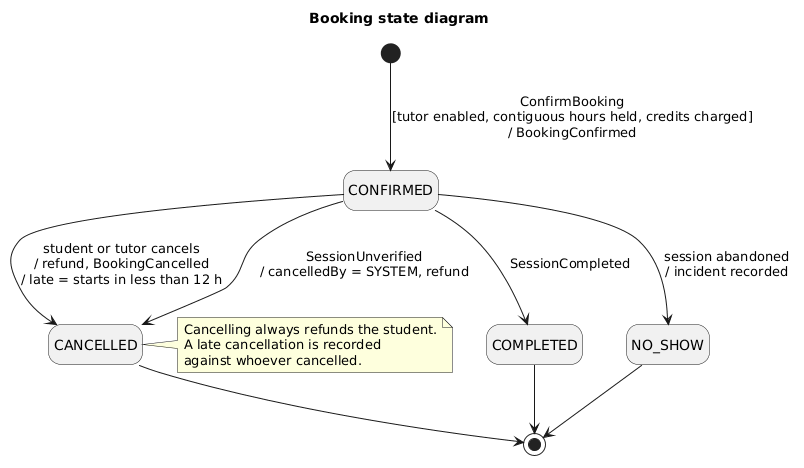
The PlantUML diagram docs/architecture/uml/out/state-booking.png in ayni-team/ayni, before a commit. Its diagram source:
```plantuml
@startuml state-booking
title Booking state diagram
hide empty description

[*] --> CONFIRMED : ConfirmBooking\n[tutor enabled, contiguous hours held, credits charged]\n/ BookingConfirmed

CONFIRMED --> CANCELLED : student or tutor cancels\n/ refund, BookingCancelled\n/ late = starts in less than 12 h
CONFIRMED --> CANCELLED : SessionUnverified\n/ cancelledBy = SYSTEM, refund
CONFIRMED --> COMPLETED : SessionCompleted
CONFIRMED --> NO_SHOW : session abandoned\n/ incident recorded

CANCELLED --> [*]
COMPLETED --> [*]
NO_SHOW --> [*]

note right of CANCELLED
  Cancelling always refunds the student.
  A late cancellation is recorded
  against whoever cancelled.
end note
@enduml
```
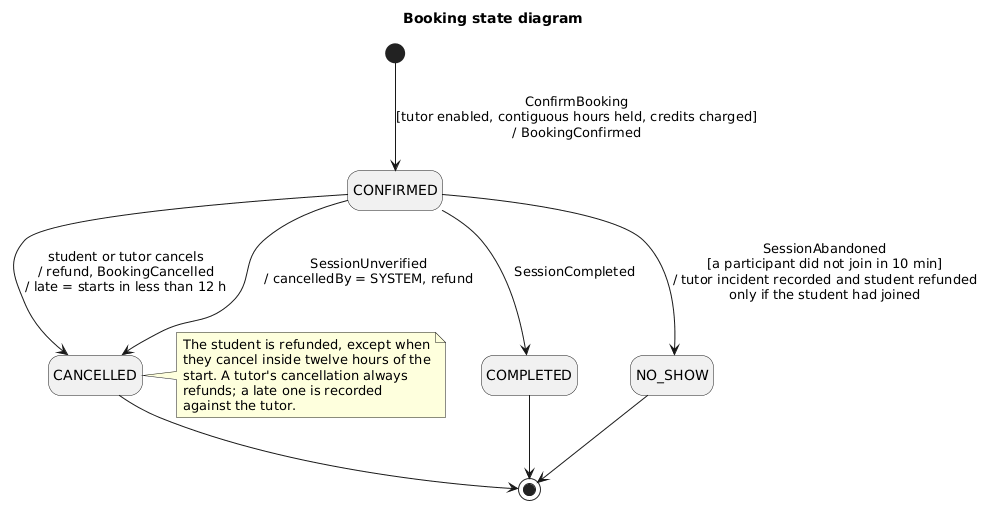
The same file after the commit.

Commit message:
docs(sessions): document the mutual check-in and the absent student

The edit, as a diff of the source:
```diff
@@ -7,15 +7,17 @@
 CONFIRMED --> CANCELLED : student or tutor cancels\n/ refund, BookingCancelled\n/ late = starts in less than 12 h
 CONFIRMED --> CANCELLED : SessionUnverified\n/ cancelledBy = SYSTEM, refund
 CONFIRMED --> COMPLETED : SessionCompleted
-CONFIRMED --> NO_SHOW : session abandoned\n/ incident recorded
+CONFIRMED --> NO_SHOW : SessionAbandoned\n[a participant did not join in 10 min]\n/ tutor incident recorded and student refunded\nonly if the student had joined
 
 CANCELLED --> [*]
 COMPLETED --> [*]
 NO_SHOW --> [*]
 
 note right of CANCELLED
-  Cancelling always refunds the student.
-  A late cancellation is recorded
-  against whoever cancelled.
+  The student is refunded, except when
+  they cancel inside twelve hours of the
+  start. A tutor's cancellation always
+  refunds; a late one is recorded
+  against the tutor.
 end note
 @enduml
```
